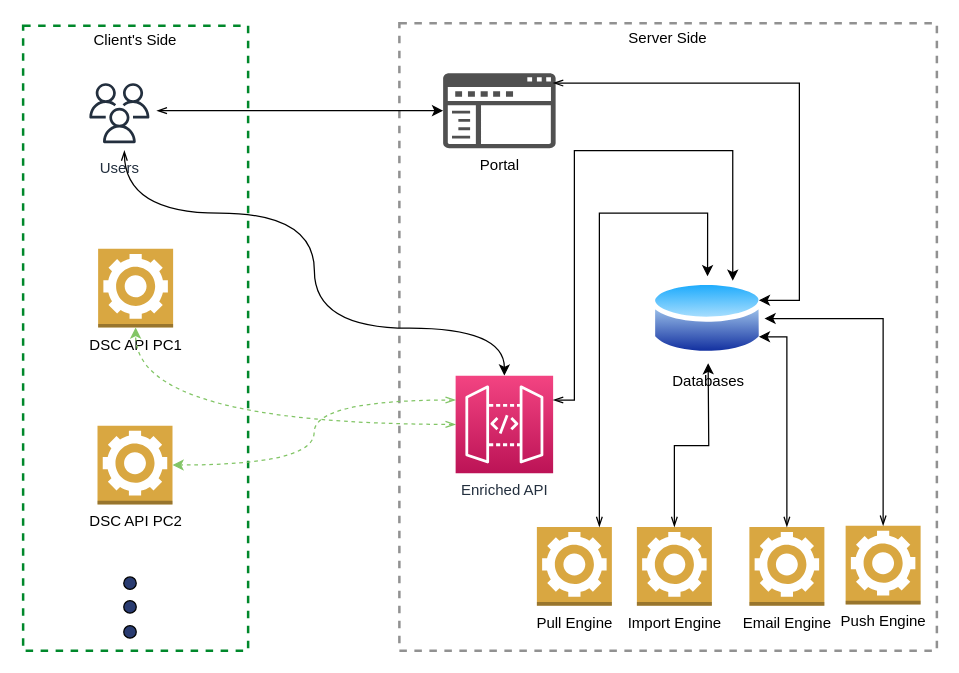
Earlier version of the draw.io diagram DSCDeployment.drawio (superavesh/Diagrams). Source tidied: cells renumbered, new cells numbered last; positions are measured from the earlier drawing's top-left corner, leaving out a move shared by most shapes. Both pictures are drawn from the tidied source at 125%, with x=0, y=0 at pixel (22, 22).
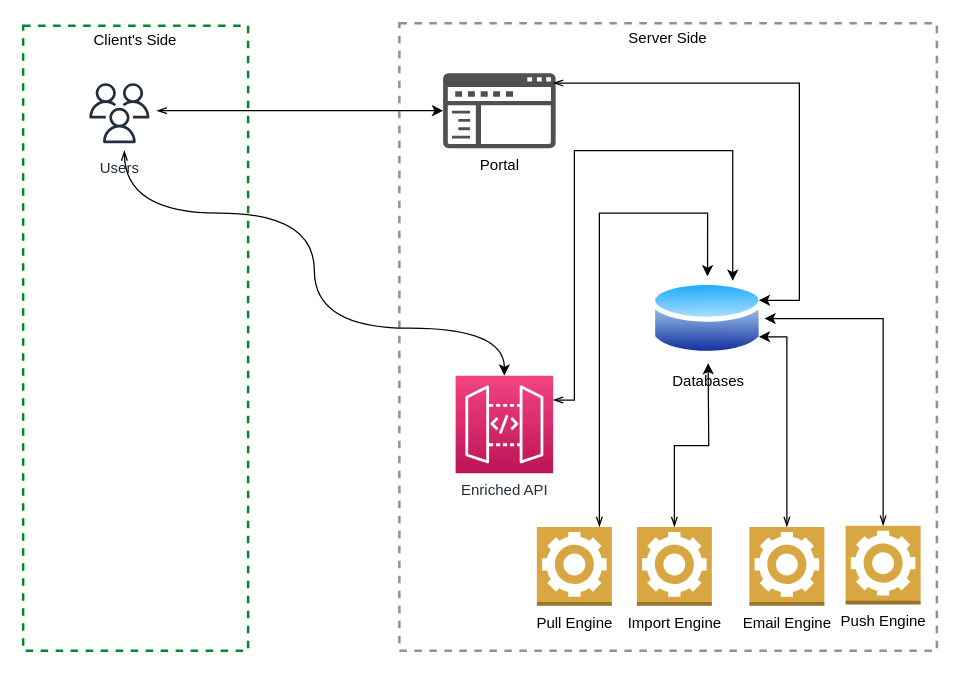
The same diagram, later.

Unchanged cells that the change refers to:
```xml
<mxCell id="6" value="Enriched API" style="points=[[0,0,0],[0.25,0,0],[0.5,0,0],[0.75,0,0],[1,0,0],[0,1,0],[0.25,1,0],[0.5,1,0],[0.75,1,0],[1,1,0],[0,0.25,0],[0,0.5,0],[0,0.75,0],[1,0.25,0],[1,0.5,0],[1,0.75,0]];outlineConnect=0;fontColor=#232F3E;gradientColor=#F34482;gradientDirection=north;fillColor=#BC1356;strokeColor=#ffffff;dashed=0;verticalLabelPosition=bottom;verticalAlign=top;align=center;html=1;fontSize=12;fontStyle=0;shape=mxgraph.aws4.resourceIcon;resIcon=mxgraph.aws4.api_gateway;" parent="4" vertex="1">
  <mxGeometry x="45" y="282" width="78" height="78" as="geometry" />
</mxCell>
```

Change to the diagram source:
```diff
@@
-    <mxCell id="19" value="DSC API PC1" style="outlineConnect=0;dashed=0;verticalLabelPosition=bottom;verticalAlign=top;align=center;html=1;shape=mxgraph.aws3.worker;fillColor=#D9A741;gradientColor=none;" parent="1" vertex="1">
-      <mxGeometry x="60" y="180.5" width="60" height="63" as="geometry" />
-    </mxCell>
-    <mxCell id="20" style="edgeStyle=orthogonalEdgeStyle;curved=1;rounded=0;jettySize=auto;html=1;startArrow=openThin;startFill=0;strokeColor=#82c566;dashed=1;labelBackgroundColor=none;labelBorderColor=default;exitX=0;exitY=0.5;exitDx=0;exitDy=0;exitPerimeter=0;" parent="1" edge="1" source="6" target="19">
-      <mxGeometry relative="1" as="geometry" />
-    </mxCell>
-    <mxCell id="21" style="ellipse;whiteSpace=wrap;html=1;fillColor=#293b70;" parent="1" vertex="1">
-      <mxGeometry x="80.5" y="443" width="10" height="10" as="geometry" />
-    </mxCell>
-    <mxCell id="22" style="ellipse;whiteSpace=wrap;html=1;fillColor=#293b70;" parent="1" vertex="1">
-      <mxGeometry x="80.5" y="462" width="10" height="10" as="geometry" />
-    </mxCell>
-    <mxCell id="23" style="ellipse;whiteSpace=wrap;html=1;fillColor=#293b70;" parent="1" vertex="1">
-      <mxGeometry x="80.5" y="482" width="10" height="10" as="geometry" />
-    </mxCell>
-    <mxCell id="24" value="DSC API PC2" style="outlineConnect=0;dashed=0;verticalLabelPosition=bottom;verticalAlign=top;align=center;html=1;shape=mxgraph.aws3.worker;fillColor=#D9A741;gradientColor=none;" parent="1" vertex="1">
-      <mxGeometry x="59.5" y="322" width="60" height="63" as="geometry" />
-    </mxCell>
-    <mxCell id="25" style="edgeStyle=orthogonalEdgeStyle;curved=1;rounded=0;jettySize=auto;html=1;startArrow=openThin;startFill=0;strokeColor=#82c566;dashed=1;labelBackgroundColor=none;labelBorderColor=default;exitX=0;exitY=0.25;exitDx=0;exitDy=0;exitPerimeter=0;" parent="1" edge="1" source="6" target="24">
-      <mxGeometry relative="1" as="geometry" />
-    </mxCell>
```
